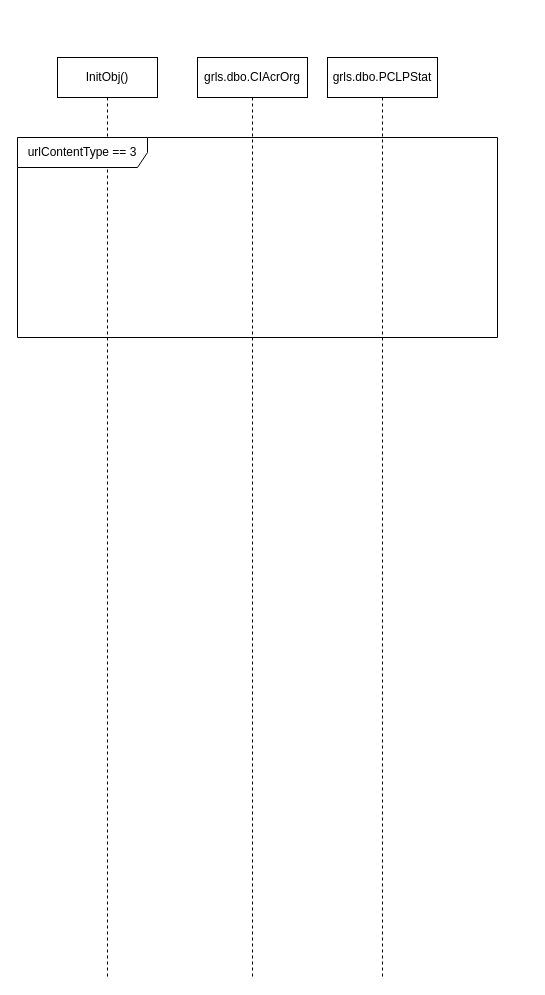
Earlier version of the draw.io diagram DossierPartExt_InitObj.drawio (davyd0ff/so-line-grls). Source tidied: cells renumbered, new cells numbered last; positions are measured from the earlier drawing's top-left corner, leaving out a move shared by most shapes. Both pictures are drawn from the tidied source at 100%, with x=0, y=0 at pixel (17, 57).
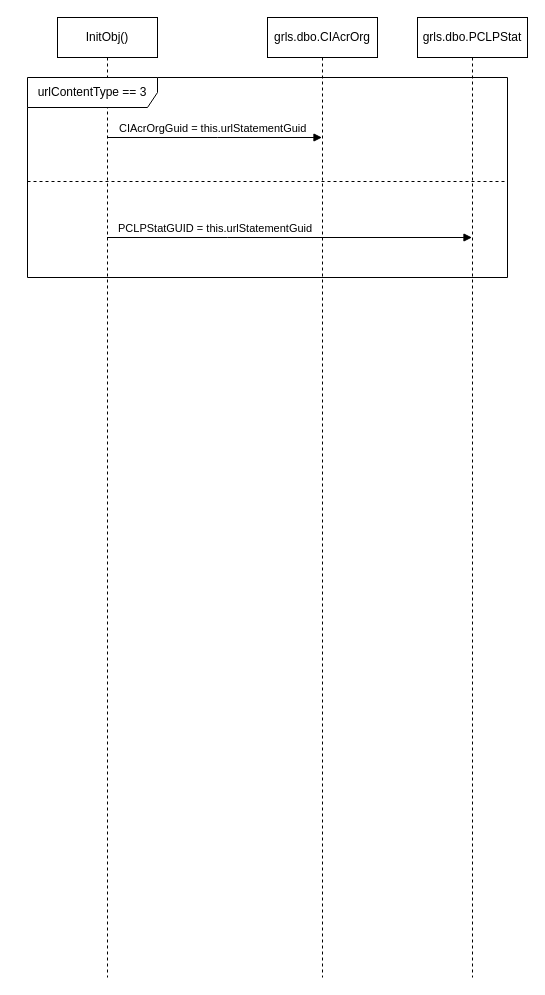
The same page after the edit.

What changed in the source:
```diff
@@
 <mxGraphModel>
   <root>
     <mxCell id="0" />
     <mxCell id="1" parent="0" />
     <mxCell id="2" value="InitObj()" style="shape=umlLifeline;perimeter=lifelinePerimeter;whiteSpace=wrap;html=1;outlineConnect=0;" parent="1" vertex="1">
-      <mxGeometry x="40" width="100" height="920" as="geometry" />
+      <mxGeometry x="40" y="-40" width="100" height="960" as="geometry" />
     </mxCell>
     <mxCell id="3" value="grls.dbo.CIAcrOrg" style="shape=umlLifeline;perimeter=lifelinePerimeter;whiteSpace=wrap;html=1;outlineConnect=0;" parent="1" vertex="1">
-      <mxGeometry x="180" width="110" height="920" as="geometry" />
+      <mxGeometry x="250" y="-40" width="110" height="960" as="geometry" />
     </mxCell>
     <mxCell id="4" value="grls.dbo.PCLPStat" style="shape=umlLifeline;perimeter=lifelinePerimeter;whiteSpace=wrap;html=1;outlineConnect=0;" parent="1" vertex="1">
-      <mxGeometry x="310" width="110" height="920" as="geometry" />
+      <mxGeometry x="400" y="-40" width="110" height="960" as="geometry" />
     </mxCell>
     <mxCell id="5" value="urlContentType == 3" style="shape=umlFrame;whiteSpace=wrap;html=1;width=130;height=30;" parent="1" vertex="1">
-      <mxGeometry y="80" width="480" height="200" as="geometry" />
+      <mxGeometry x="10" y="20" width="480" height="200" as="geometry" />
     </mxCell>
+    <mxCell id="6" value="CIAcrOrgGuid = this.urlStatementGuid" style="html=1;verticalAlign=bottom;endArrow=block;rounded=0;labelPosition=right;verticalLabelPosition=middle;align=left;" parent="1" edge="1" source="2" target="3">
+      <mxGeometry x="-0.91" relative="1" as="geometry">
+        <Array as="points">
+          <mxPoint x="200" y="80" />
+        </Array>
+      </mxGeometry>
+    </mxCell>
+    <mxCell id="7" value="PCLPStatGUID = this.urlStatementGuid" style="html=1;verticalAlign=bottom;endArrow=block;rounded=0;labelPosition=right;verticalLabelPosition=middle;align=left;" parent="1" edge="1" source="2" target="4">
+      <mxGeometry x="-0.95" relative="1" as="geometry">
+        <Array as="points">
+          <mxPoint x="210" y="180" />
+        </Array>
+      </mxGeometry>
+    </mxCell>
+    <mxCell id="8" style="line;strokeWidth=1;fillColor=none;align=left;verticalAlign=middle;spacingTop=-1;spacingLeft=3;spacingRight=3;labelPosition=right;dashed=1;" parent="1" vertex="1">
+      <mxGeometry x="10" y="120" width="480" height="8" as="geometry" />
+    </mxCell>
   </root>
 </mxGraphModel>
```
